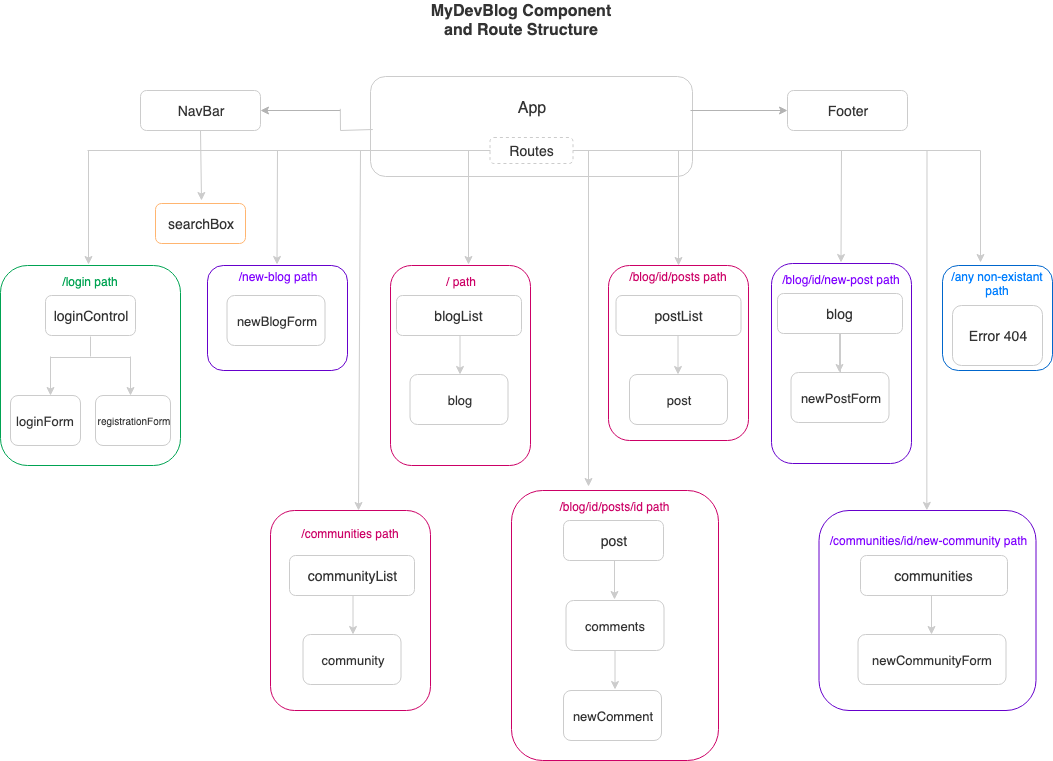
Above: component-tree-diagram.png in svitlanaf/React-blog (draw.io), before the change. Source tidied: cells renumbered, new cells last; positions are measured from the earlier drawing's top-left corner, leaving out a move shared by most shapes.
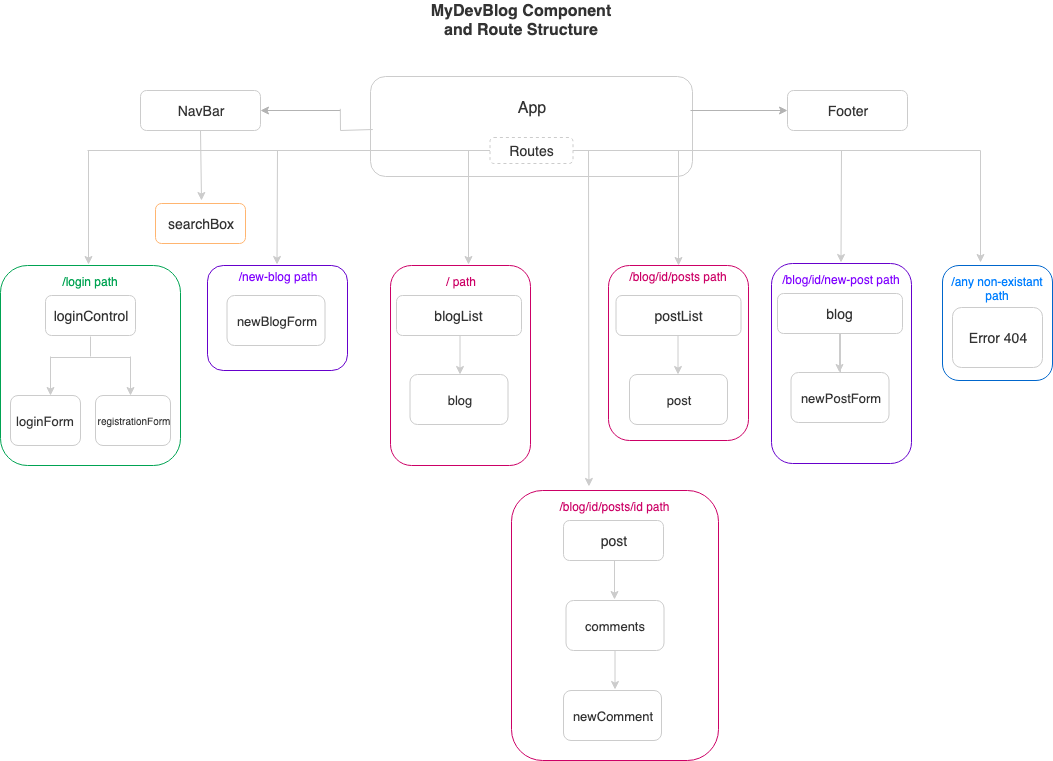
After the commit.

Commit message:
Changed component diagram

Change to the diagram source:
```diff
@@ -82,10 +82,10 @@
       </mxGeometry>
     </mxCell>
     <mxCell id="20" value="&lt;font color=&quot;#007fff&quot;&gt;/any non-existant path&lt;/font&gt;&lt;br&gt;&lt;br&gt;&lt;br&gt;&lt;br&gt;&lt;br&gt;&lt;br&gt;" style="rounded=1;whiteSpace=wrap;html=1;fillColor=#ffffff;strokeColor=#0066CC;" parent="1" vertex="1">
-      <mxGeometry x="942" y="265" width="110" height="105" as="geometry" />
+      <mxGeometry x="942" y="265" width="110" height="115" as="geometry" />
     </mxCell>
     <mxCell id="21" value="&lt;font color=&quot;#333333&quot; style=&quot;font-size: 14px&quot;&gt;Error 404&lt;/font&gt;" style="rounded=1;whiteSpace=wrap;html=1;fillColor=#ffffff;strokeColor=#CCCCCC;" parent="1" vertex="1">
-      <mxGeometry x="952" y="305" width="90" height="60" as="geometry" />
+      <mxGeometry x="952" y="307" width="90" height="60" as="geometry" />
     </mxCell>
     <mxCell id="22" style="endArrow=classic;html=1;strokeColor=#CCCCCC;exitX=0.5;exitY=1;exitDx=0;exitDy=0;" parent="1" edge="1" source="7">
       <mxGeometry relative="1" as="geometry">
@@ -193,47 +193,6 @@
         <mxPoint x="87" y="150" as="targetPoint" />
       </mxGeometry>
     </mxCell>
-    <mxCell id="47" style="endArrow=classic;html=1;strokeColor=#CCCCCC;entryX=0.55;entryY=0;entryDx=0;entryDy=0;entryPerimeter=0;" parent="1" edge="1" target="48">
-      <mxGeometry relative="1" as="geometry">
-        <mxPoint x="360" y="150" as="sourcePoint" />
-      </mxGeometry>
-    </mxCell>
-    <mxCell id="48" value="&lt;font color=&quot;#cc0066&quot;&gt;/communities path&lt;br&gt;&lt;br&gt;&lt;br&gt;&lt;br&gt;&lt;br&gt;&lt;br&gt;&lt;br&gt;&lt;br&gt;&lt;br&gt;&lt;br&gt;&lt;br&gt;&lt;br&gt;&lt;/font&gt;" style="rounded=1;whiteSpace=wrap;html=1;fillColor=#ffffff;strokeColor=#CC0066;" parent="1" vertex="1">
-      <mxGeometry x="270" y="510" width="160" height="200" as="geometry" />
-    </mxCell>
-    <mxCell id="49" value="&lt;span style=&quot;color: rgb(51 , 51 , 51) ; font-size: 14px&quot;&gt;communityList&lt;/span&gt;" style="rounded=1;whiteSpace=wrap;html=1;fillColor=#ffffff;strokeColor=#CCCCCC;" parent="1" vertex="1">
-      <mxGeometry x="289" y="555" width="125" height="40" as="geometry" />
-    </mxCell>
-    <mxCell id="50" style="endArrow=classic;html=1;strokeColor=#CCCCCC;" parent="1" edge="1">
-      <mxGeometry relative="1" as="geometry">
-        <mxPoint x="352.5" y="595" as="sourcePoint" />
-        <mxPoint x="352.5" y="634" as="targetPoint" />
-      </mxGeometry>
-    </mxCell>
-    <mxCell id="51" value="&lt;font color=&quot;#333333&quot; style=&quot;font-size: 13px&quot;&gt;community&lt;/font&gt;" style="rounded=1;whiteSpace=wrap;html=1;fillColor=#ffffff;strokeColor=#CCCCCC;" parent="1" vertex="1">
-      <mxGeometry x="302.5" y="634" width="98" height="50" as="geometry" />
-    </mxCell>
-    <mxCell id="52" value="&lt;font color=&quot;#7f00ff&quot;&gt;/communities/id/new-community path&lt;br&gt;&lt;/font&gt;&lt;br&gt;&lt;br&gt;&lt;br&gt;&lt;br&gt;&lt;br&gt;&lt;br&gt;&lt;br&gt;&lt;br&gt;&lt;br&gt;&lt;br&gt;" style="rounded=1;whiteSpace=wrap;html=1;fillColor=#ffffff;strokeColor=#6600CC;" parent="1" vertex="1">
-      <mxGeometry x="818.5" y="510" width="217" height="200" as="geometry" />
-    </mxCell>
-    <mxCell id="53" value="&lt;span style=&quot;color: rgb(51 , 51 , 51) ; font-size: 14px&quot;&gt;communities&lt;/span&gt;" style="rounded=1;whiteSpace=wrap;html=1;fillColor=#ffffff;strokeColor=#CCCCCC;" parent="1" vertex="1">
-      <mxGeometry x="860" y="555" width="147" height="40" as="geometry" />
-    </mxCell>
-    <mxCell id="54" style="endArrow=classic;html=1;strokeColor=#CCCCCC;" parent="1" edge="1">
-      <mxGeometry relative="1" as="geometry">
-        <mxPoint x="931" y="595" as="sourcePoint" />
-        <mxPoint x="931" y="634" as="targetPoint" />
-      </mxGeometry>
-    </mxCell>
-    <mxCell id="55" value="&lt;font color=&quot;#333333&quot; style=&quot;font-size: 13px&quot;&gt;newCommunityForm&lt;/font&gt;" style="rounded=1;whiteSpace=wrap;html=1;fillColor=#ffffff;strokeColor=#CCCCCC;" parent="1" vertex="1">
-      <mxGeometry x="857.5" y="634" width="148" height="50" as="geometry" />
-    </mxCell>
-    <mxCell id="56" style="endArrow=classic;html=1;strokeColor=#CCCCCC;entryX=0.55;entryY=0;entryDx=0;entryDy=0;entryPerimeter=0;" parent="1" edge="1">
-      <mxGeometry relative="1" as="geometry">
-        <mxPoint x="926.5" y="150" as="sourcePoint" />
-        <mxPoint x="926.3" y="509.8" as="targetPoint" />
-      </mxGeometry>
-    </mxCell>
     <mxCell id="57" style="endArrow=classic;html=1;strokeColor=#CCCCCC;entryX=0.374;entryY=-0.015;entryDx=0;entryDy=0;entryPerimeter=0;" parent="1" edge="1" target="58">
       <mxGeometry relative="1" as="geometry">
         <mxPoint x="588" y="150" as="sourcePoint" />
```
